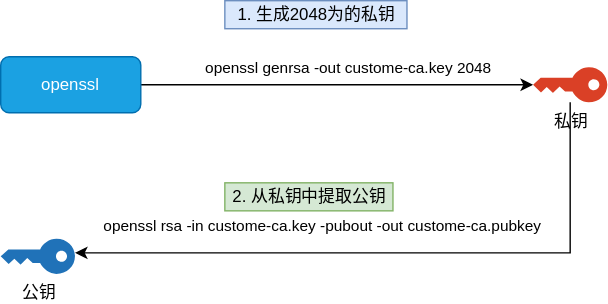
Earlier version of the draw.io export openssl.drawio.svg (jpanda-cn/static-resources). Source tidied: cells renumbered, new cells last; positions are measured from the earlier drawing's top-left corner, leaving out a move shared by most shapes.
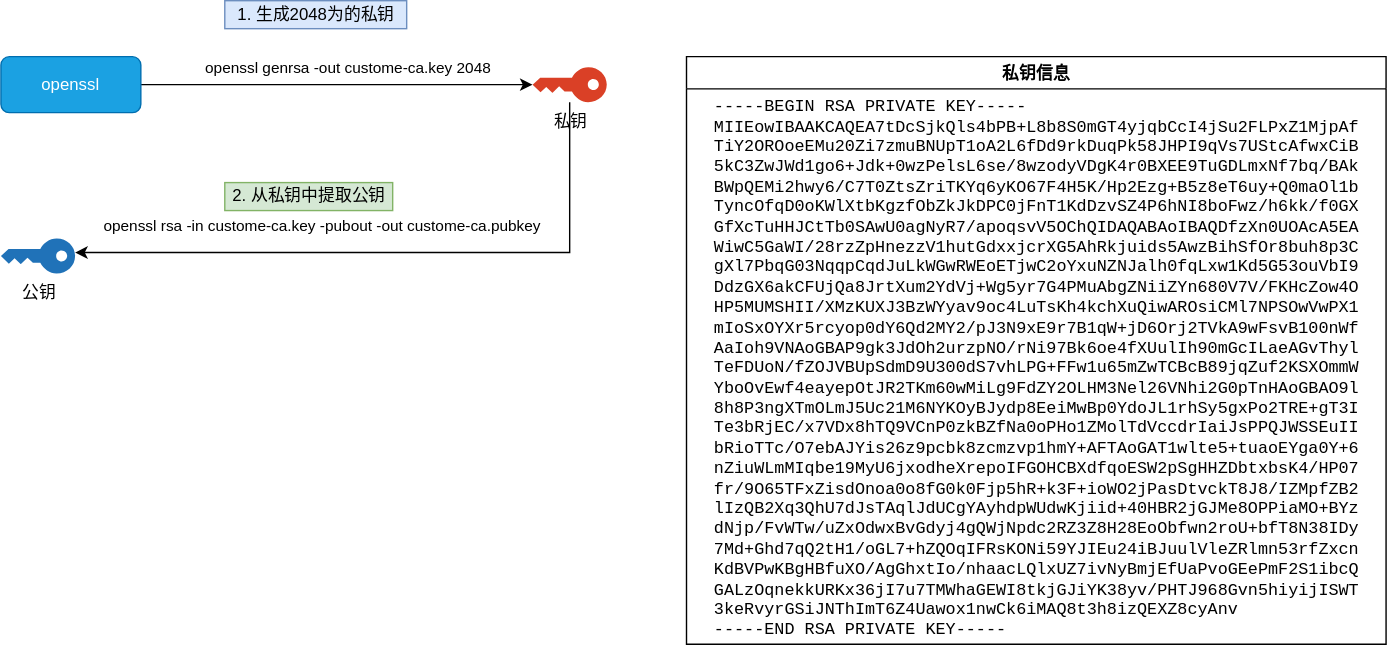
Above is the later version.

What changed in the source:
```diff
@@ -37,5 +37,11 @@
     <mxCell id="10" value="2. 从私钥中提取公钥" style="text;html=1;align=center;verticalAlign=middle;fillColor=#d5e8d4;strokeColor=#82b366;" parent="1" vertex="1">
       <mxGeometry x="160" y="130" width="120" height="20" as="geometry" />
     </mxCell>
+    <mxCell id="11" value="私钥信息" style="swimlane;" parent="1" vertex="1">
+      <mxGeometry x="490" y="40" width="500" height="420" as="geometry" />
+    </mxCell>
+    <mxCell id="12" value="&lt;div style=&quot;text-align: start; font-family: &amp;quot;MesloLGS NF&amp;quot;, monospace;&quot;&gt;&lt;div&gt;&lt;span style=&quot;&quot;&gt;-----BEGIN RSA PRIVATE KEY-----                                                                                                                                                           &lt;/span&gt;&lt;/div&gt;&lt;div&gt;&lt;span style=&quot;&quot;&gt;MIIEowIBAAKCAQEA7tDcSjkQls4bPB+L8b8S0mGT4yjqbCcI4jSu2FLPxZ1MjpAf                                                                                                                          &lt;/span&gt;&lt;/div&gt;&lt;div&gt;&lt;span style=&quot;&quot;&gt;TiY2OROoeEMu20Zi7zmuBNUpT1oA2L6fDd9rkDuqPk58JHPI9qVs7UStcAfwxCiB                                                                                                                          &lt;/span&gt;&lt;/div&gt;&lt;div&gt;&lt;span style=&quot;&quot;&gt;5kC3ZwJWd1go6+Jdk+0wzPelsL6se/8wzodyVDgK4r0BXEE9TuGDLmxNf7bq/BAk                                                                                                                          &lt;/span&gt;&lt;/div&gt;&lt;div&gt;&lt;span style=&quot;&quot;&gt;BWpQEMi2hwy6/C7T0ZtsZriTKYq6yKO67F4H5K/Hp2Ezg+B5z8eT6uy+Q0maOl1b                                                                                                                          &lt;/span&gt;&lt;/div&gt;&lt;div&gt;&lt;span style=&quot;&quot;&gt;TyncOfqD0oKWlXtbKgzfObZkJkDPC0jFnT1KdDzvSZ4P6hNI8boFwz/h6kk/f0GX                                                                                                                          &lt;/span&gt;&lt;/div&gt;&lt;div&gt;&lt;span style=&quot;&quot;&gt;GfXcTuHHJCtTb0SAwU0agNyR7/apoqsvV5OChQIDAQABAoIBAQDfzXn0UOAcA5EA                                                                                                                          &lt;/span&gt;&lt;/div&gt;&lt;div&gt;&lt;span style=&quot;&quot;&gt;WiwC5GaWI/28rzZpHnezzV1hutGdxxjcrXG5AhRkjuids5AwzBihSfOr8buh8p3C                                                                                                                          &lt;/span&gt;&lt;/div&gt;&lt;div&gt;&lt;span style=&quot;&quot;&gt;gXl7PbqG03NqqpCqdJuLkWGwRWEoETjwC2oYxuNZNJalh0fqLxw1Kd5G53ouVbI9                                                                                                                          &lt;/span&gt;&lt;/div&gt;&lt;div&gt;&lt;span style=&quot;&quot;&gt;DdzGX6akCFUjQa8JrtXum2YdVj+Wg5yr7G4PMuAbgZNiiZYn680V7V/FKHcZow4O                                                                                                                          &lt;/span&gt;&lt;/div&gt;&lt;div&gt;&lt;span style=&quot;&quot;&gt;HP5MUMSHII/XMzKUXJ3BzWYyav9oc4LuTsKh4kchXuQiwAROsiCMl7NPSOwVwPX1                                                                                                                          &lt;/span&gt;&lt;/div&gt;&lt;div&gt;&lt;span style=&quot;&quot;&gt;mIoSxOYXr5rcyop0dY6Qd2MY2/pJ3N9xE9r7B1qW+jD6Orj2TVkA9wFsvB100nWf                                                                                                                          &lt;/span&gt;&lt;/div&gt;&lt;div&gt;&lt;span style=&quot;&quot;&gt;AaIoh9VNAoGBAP9gk3JdOh2urzpNO/rNi97Bk6oe4fXUulIh90mGcILaeAGvThyl                                                                                                                          &lt;/span&gt;&lt;/div&gt;&lt;div&gt;&lt;span style=&quot;&quot;&gt;TeFDUoN/fZOJVBUpSdmD9U300dS7vhLPG+FFw1u65mZwTCBcB89jqZuf2KSXOmmW                                                                                                                          &lt;/span&gt;&lt;/div&gt;&lt;div&gt;&lt;span style=&quot;&quot;&gt;YboOvEwf4eayepOtJR2TKm60wMiLg9FdZY2OLHM3Nel26VNhi2G0pTnHAoGBAO9l                                                                                                                          &lt;/span&gt;&lt;/div&gt;&lt;div&gt;&lt;span style=&quot;&quot;&gt;8h8P3ngXTmOLmJ5Uc21M6NYKOyBJydp8EeiMwBp0YdoJL1rhSy5gxPo2TRE+gT3I                                                                                                                          &lt;/span&gt;&lt;/div&gt;&lt;div&gt;&lt;span style=&quot;&quot;&gt;Te3bRjEC/x7VDx8hTQ9VCnP0zkBZfNa0oPHo1ZMolTdVccdrIaiJsPPQJWSSEuII                                                                                                                          &lt;/span&gt;&lt;/div&gt;&lt;div&gt;&lt;span style=&quot;&quot;&gt;bRioTTc/O7ebAJYis26z9pcbk8zcmzvp1hmY+AFTAoGAT1wlte5+tuaoEYga0Y+6                                                                                                                          &lt;/span&gt;&lt;/div&gt;&lt;div&gt;&lt;span style=&quot;&quot;&gt;nZiuWLmMIqbe19MyU6jxodheXrepoIFGOHCBXdfqoESW2pSgHHZDbtxbsK4/HP07                                                                                                                          &lt;/span&gt;&lt;/div&gt;&lt;div&gt;&lt;span style=&quot;&quot;&gt;fr/9O65TFxZisdOnoa0o8fG0k0Fjp5hR+k3F+ioWO2jPasDtvckT8J8/IZMpfZB2                                                                                                                          &lt;/span&gt;&lt;/div&gt;&lt;div&gt;&lt;span style=&quot;&quot;&gt;lIzQB2Xq3QhU7dJsTAqlJdUCgYAyhdpWUdwKjiid+40HBR2jGJMe8OPPiaMO+BYz                                                                                                                          &lt;/span&gt;&lt;/div&gt;&lt;div&gt;&lt;span style=&quot;&quot;&gt;dNjp/FvWTw/uZxOdwxBvGdyj4gQWjNpdc2RZ3Z8H28EoObfwn2roU+bfT8N38IDy                                                                                                                          &lt;/span&gt;&lt;/div&gt;&lt;div&gt;&lt;span style=&quot;&quot;&gt;7Md+Ghd7qQ2tH1/oGL7+hZQOqIFRsKONi59YJIEu24iBJuulVleZRlmn53rfZxcn                                                                                                                          &lt;/span&gt;&lt;/div&gt;&lt;div&gt;&lt;span style=&quot;&quot;&gt;KdBVPwKBgHBfuXO/AgGhxtIo/nhaacLQlxUZ7ivNyBmjEfUaPvoGEePmF2S1ibcQ                                                                                                                          &lt;/span&gt;&lt;/div&gt;&lt;div&gt;&lt;span style=&quot;&quot;&gt;GALzOqnekkURKx36jI7u7TMWhaGEWI8tkjGJiYK38yv/PHTJ968Gvn5hiyijISWT                                                                                                                          &lt;/span&gt;&lt;/div&gt;&lt;div&gt;&lt;span style=&quot;&quot;&gt;3keRvyrGSiJNThImT6Z4Uawox1nwCk6iMAQ8t3h8izQEXZ8cyAnv                                                                                                                                      &lt;/span&gt;&lt;/div&gt;&lt;div&gt;&lt;span style=&quot;&quot;&gt;-----END RSA PRIVATE KEY-----   &lt;/span&gt;&lt;/div&gt;&lt;/div&gt;" style="text;html=1;align=center;verticalAlign=middle;labelBackgroundColor=none;fontColor=default;" parent="11" vertex="1">
+      <mxGeometry x="10" y="32.5" width="480" height="380" as="geometry" />
+    </mxCell>
   </root>
 </mxGraphModel>
```
